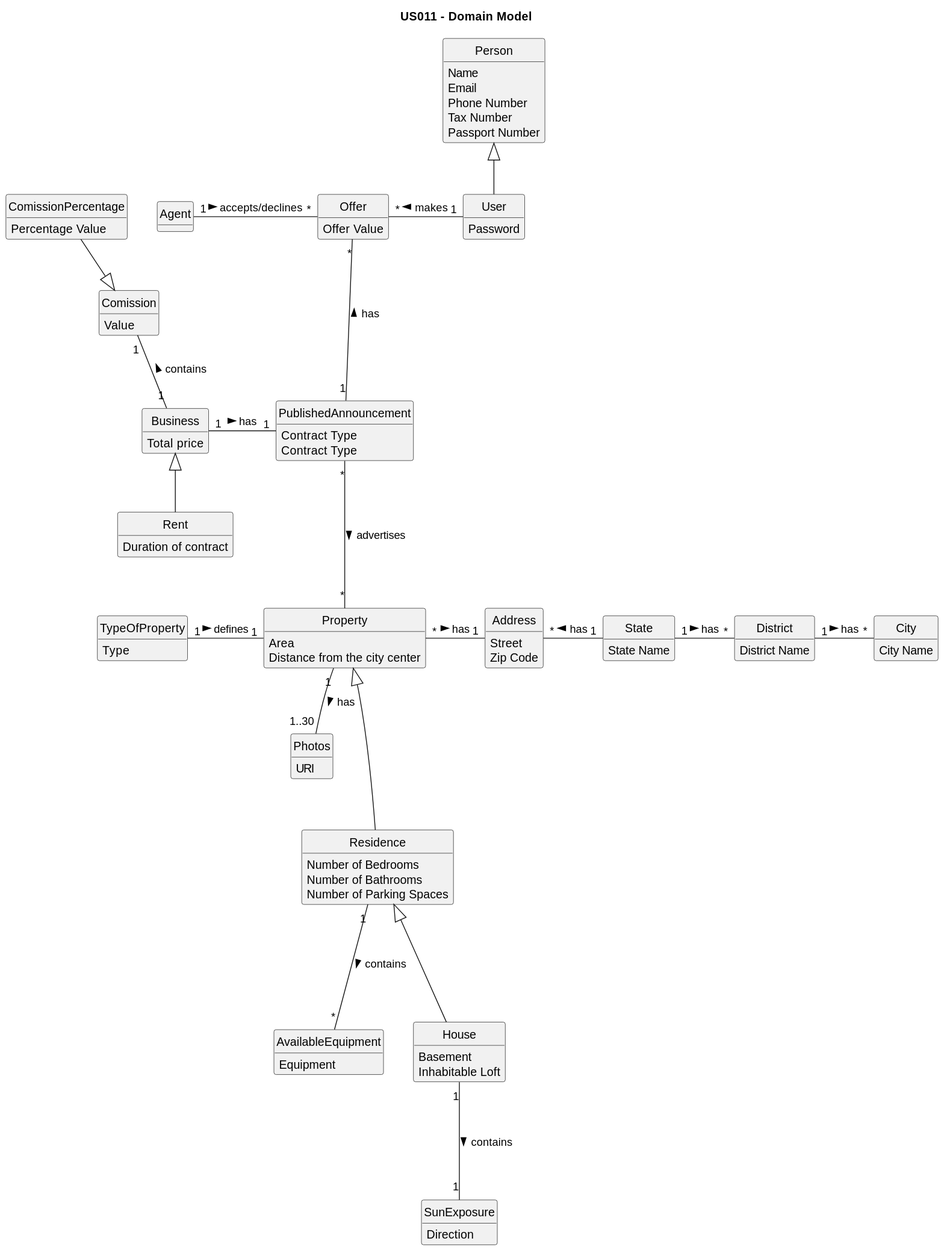
Above: docs/sprintC/US11/02.analysis/svg/us011-domain-model.svg in PureNimble/ISEP-LAPR2 (PlantUML), before the change. Source of this version:
```plantuml
@startuml

title US011 - Domain Model

skinparam groupInheritance 2
skinparam monochrome true
skinparam packageStyle rectangle
skinparam shadowing false
skinparam classAttributeIconSize 0
hide circle
hide methods

class PublishedAnnouncement {
    Contract Type
}

class Agent {

}

class Person{
Name
Email
Phone Number
Tax Number
Passport Number
}


class User{
Password
}

class Address {
Street
Zip Code
}

class AvailableEquipment {
Equipment
}


class Business {
Total price
}


class City {
City Name
}

class Comission {
Value
}

class ComissionPercentage {
Percentage Value
}


class District {
District Name
}


class House {
Basement
Inhabitable Loft
}


class Photos {
URI
}

class Property {
Area
Distance from the city center
}

class PublishedAnnouncement {
Contract Type

}


class Rent {
Duration of contract
}


class Residence {
Number of Bedrooms
Number of Bathrooms
Number of Parking Spaces
}


class State {
State Name
}

class SunExposure {
Direction
}

class TypeOfProperty {
Type
}
class Offer{
    Offer Value
}


Business <|-- Rent

Comission "1" -- "1" Business : contains <
ComissionPercentage  --|> Comission

District "1" -right- "*" City : has >

House "1" --- "1" SunExposure : contains >

Property <|--- Residence
Property "*" -right- "1" Address : has >
PublishedAnnouncement "1" -left- "1" Business : has <
Property "1" -- "1..30" Photos : has >
PublishedAnnouncement "*" --- "*" Property: advertises >

Residence "1" --- "*" AvailableEquipment : contains >
Residence <|--- House

State "1" -right- "*" District : has >
State "1" -left- "*" Address : has >

TypeOfProperty "1" -right- "1" Property : defines >
Person <|-- User

User "1" -left "*" Offer : makes >
Agent "1" -right "*" Offer : accepts/declines >
PublishedAnnouncement "1"  -up-- "*" Offer : has >
@enduml
```
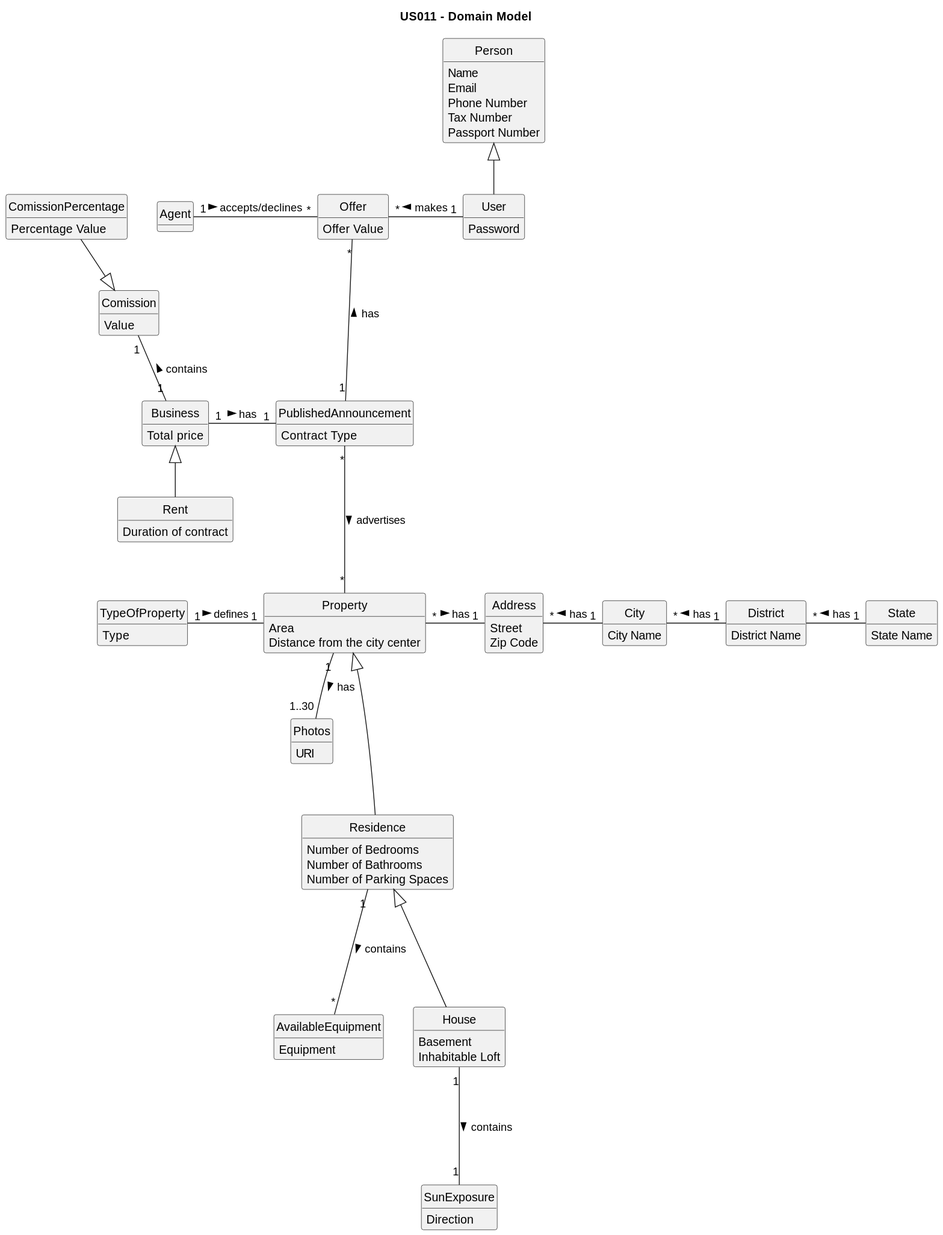
Above is the later version.

What changed in the source:
```diff
@@ -79,11 +79,6 @@
 Distance from the city center
 }
 
-class PublishedAnnouncement {
-Contract Type
-
-}
-
 
 class Rent {
 Duration of contract
@@ -118,8 +113,6 @@
 Comission "1" -- "1" Business : contains <
 ComissionPercentage  --|> Comission
 
-District "1" -right- "*" City : has >
-
 House "1" --- "1" SunExposure : contains >
 
 Property <|--- Residence
@@ -131,8 +124,9 @@
 Residence "1" --- "*" AvailableEquipment : contains >
 Residence <|--- House
 
-State "1" -right- "*" District : has >
-State "1" -left- "*" Address : has >
+District "1" -left- "*" City : has >
+State "1" -left- "*" District : has >
+City "1" -left- "*" Address : has >
 
 TypeOfProperty "1" -right- "1" Property : defines >
 Person <|-- User
```
